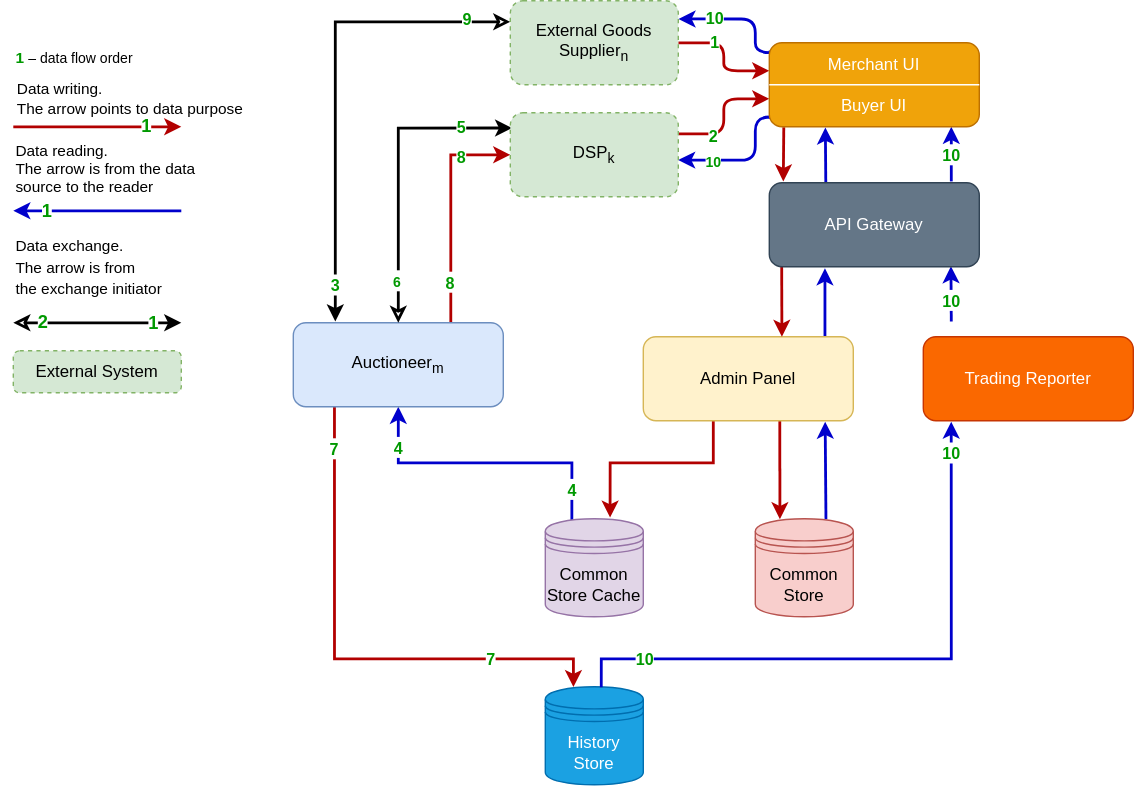
Above: doc/architecture.svg in RTB-Project/Auctioneer (draw.io), before the change. Source tidied: cells renumbered, new cells last; positions are measured from the earlier drawing's top-left corner, leaving out a move shared by most shapes.
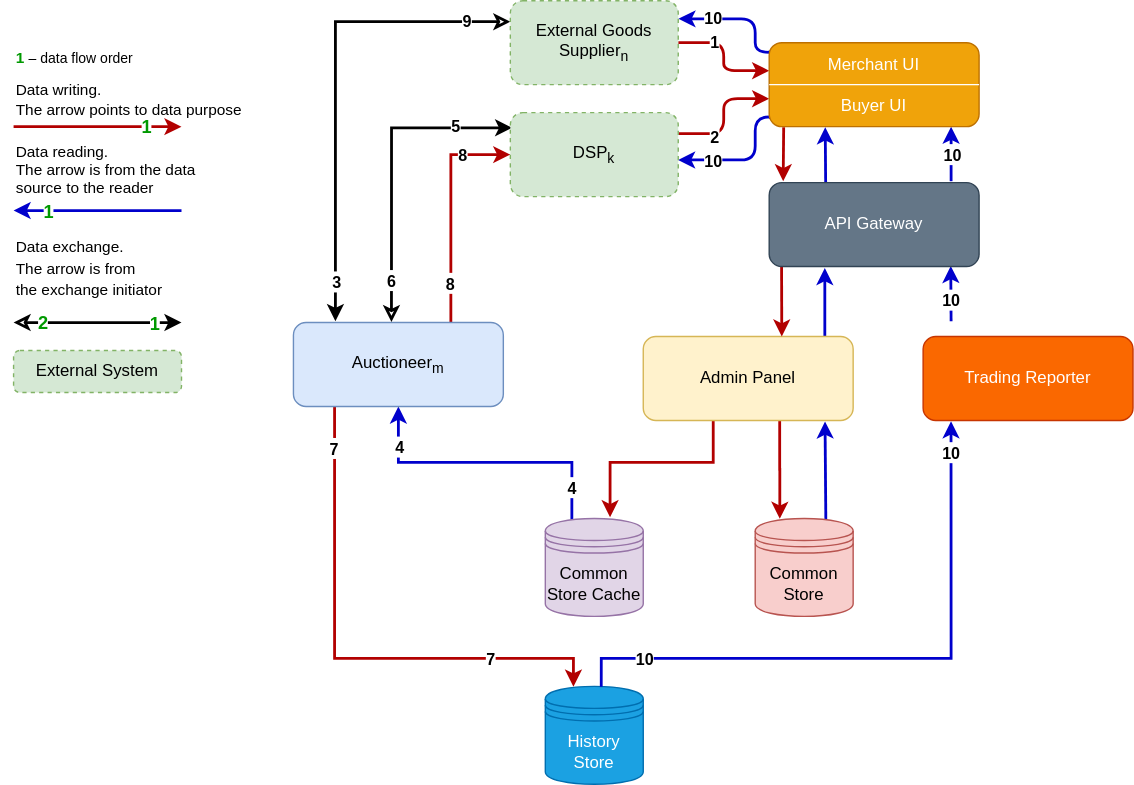
Above is the later version.

Change to the diagram source:
```diff
@@ -10,10 +10,10 @@
         </Array>
       </mxGeometry>
     </mxCell>
-    <mxCell id="3" value="&lt;b&gt;&lt;font style=&quot;font-size: 11.5px&quot;&gt;7&lt;/font&gt;&lt;/b&gt;" style="edgeLabel;html=1;align=center;verticalAlign=middle;fontSize=13;fontColor=#009900;" parent="2" vertex="1">
+    <mxCell id="3" value="&lt;b&gt;&lt;font style=&quot;font-size: 11.5px&quot;&gt;7&lt;/font&gt;&lt;/b&gt;" style="edgeLabel;html=1;align=center;verticalAlign=middle;fontSize=13;" parent="2" vertex="1">
       <mxGeometry x="-0.84" y="-1" relative="1" as="geometry" />
     </mxCell>
-    <mxCell id="4" value="&lt;b&gt;&lt;font style=&quot;font-size: 11.5px&quot;&gt;7&lt;/font&gt;&lt;/b&gt;" style="edgeLabel;html=1;align=center;verticalAlign=middle;fontSize=13;fontColor=#009900;" parent="2" vertex="1">
+    <mxCell id="4" value="&lt;b&gt;&lt;font style=&quot;font-size: 11.5px&quot; color=&quot;#000000&quot;&gt;7&lt;/font&gt;&lt;/b&gt;" style="edgeLabel;html=1;align=center;verticalAlign=middle;fontSize=13;fontColor=#009900;" parent="2" vertex="1">
       <mxGeometry x="0.57" y="-1" relative="1" as="geometry">
         <mxPoint y="-1" as="offset" />
       </mxGeometry>
@@ -21,21 +21,21 @@
     <mxCell id="5" style="edgeStyle=orthogonalEdgeStyle;rounded=0;jettySize=auto;html=1;entryX=0.271;entryY=0.012;entryDx=0;entryDy=0;entryPerimeter=0;startArrow=classic;startFill=1;endArrow=none;endFill=0;strokeWidth=2;fontSize=11;fontColor=#000000;strokeColor=#0000CC;labelBackgroundColor=none;exitX=0.5;exitY=1;exitDx=0;exitDy=0;" parent="1" edge="1" source="14" target="21">
       <mxGeometry relative="1" as="geometry" />
     </mxCell>
-    <mxCell id="6" value="&lt;b&gt;&lt;font style=&quot;font-size: 11.5px&quot;&gt;4&lt;/font&gt;&lt;/b&gt;" style="edgeLabel;html=1;align=center;verticalAlign=middle;fontSize=13;fontColor=#009900;" parent="5" vertex="1">
+    <mxCell id="6" value="&lt;b&gt;&lt;font style=&quot;font-size: 11.5px&quot; color=&quot;#000000&quot;&gt;4&lt;/font&gt;&lt;/b&gt;" style="edgeLabel;html=1;align=center;verticalAlign=middle;fontSize=13;fontColor=#009900;" parent="5" vertex="1">
       <mxGeometry x="0.78" relative="1" as="geometry" />
     </mxCell>
-    <mxCell id="7" value="&lt;b&gt;&lt;font style=&quot;font-size: 11.5px&quot;&gt;4&lt;/font&gt;&lt;/b&gt;" style="edgeLabel;html=1;align=center;verticalAlign=middle;fontSize=13;fontColor=#009900;" parent="5" vertex="1">
+    <mxCell id="7" value="&lt;b&gt;&lt;font style=&quot;font-size: 11.5px&quot; color=&quot;#000000&quot;&gt;4&lt;/font&gt;&lt;/b&gt;" style="edgeLabel;html=1;align=center;verticalAlign=middle;fontSize=13;fontColor=#009900;" parent="5" vertex="1">
       <mxGeometry x="-0.72" relative="1" as="geometry" />
     </mxCell>
     <mxCell id="8" style="edgeStyle=orthogonalEdgeStyle;rounded=0;jettySize=auto;html=1;entryX=0;entryY=0.5;entryDx=0;entryDy=0;startArrow=none;startFill=0;endArrow=classic;endFill=1;strokeWidth=2;fontSize=11;fontColor=#000000;exitX=0.75;exitY=0;exitDx=0;exitDy=0;strokeColor=#B20000;fillColor=#e51400;labelBackgroundColor=none;" parent="1" edge="1" source="14" target="29">
       <mxGeometry relative="1" as="geometry" />
     </mxCell>
-    <mxCell id="9" value="&lt;b&gt;&lt;font style=&quot;font-size: 11.5px&quot;&gt;8&lt;/font&gt;&lt;/b&gt;" style="edgeLabel;html=1;align=center;verticalAlign=middle;fontSize=13;fontColor=#009900;" parent="8" vertex="1">
+    <mxCell id="9" value="&lt;b&gt;&lt;font style=&quot;font-size: 11.5px&quot; color=&quot;#000000&quot;&gt;8&lt;/font&gt;&lt;/b&gt;" style="edgeLabel;html=1;align=center;verticalAlign=middle;fontSize=13;fontColor=#009900;" parent="8" vertex="1">
       <mxGeometry x="0.02" relative="1" as="geometry">
         <mxPoint x="7.5" y="-37.1" as="offset" />
       </mxGeometry>
     </mxCell>
-    <mxCell id="10" value="&lt;b&gt;&lt;font style=&quot;font-size: 11.5px&quot;&gt;8&lt;/font&gt;&lt;/b&gt;" style="edgeLabel;html=1;align=center;verticalAlign=middle;fontSize=13;fontColor=#009900;" parent="8" vertex="1">
+    <mxCell id="10" value="&lt;b&gt;&lt;font style=&quot;font-size: 11.5px&quot; color=&quot;#000000&quot;&gt;8&lt;/font&gt;&lt;/b&gt;" style="edgeLabel;html=1;align=center;verticalAlign=middle;fontSize=13;fontColor=#009900;" parent="8" vertex="1">
       <mxGeometry x="-0.64" y="1" relative="1" as="geometry" />
     </mxCell>
     <mxCell id="11" style="edgeStyle=orthogonalEdgeStyle;rounded=0;jettySize=auto;html=1;startArrow=classic;startFill=1;startSize=6;endArrow=classic;endFill=0;endSize=6;strokeWidth=2;fontSize=13;fontColor=#009900;entryX=0;entryY=0.25;entryDx=0;entryDy=0;" parent="1" edge="1" target="34">
@@ -46,12 +46,12 @@
         </Array>
       </mxGeometry>
     </mxCell>
-    <mxCell id="12" value="&lt;b&gt;&lt;font style=&quot;font-size: 11.5px&quot;&gt;3&lt;/font&gt;&lt;/b&gt;" style="edgeLabel;html=1;align=center;verticalAlign=middle;fontSize=13;fontColor=#009900;" parent="11" vertex="1">
+    <mxCell id="12" value="&lt;b&gt;&lt;font style=&quot;font-size: 11.5px&quot; color=&quot;#000000&quot;&gt;3&lt;/font&gt;&lt;/b&gt;" style="edgeLabel;html=1;align=center;verticalAlign=middle;fontSize=13;fontColor=#009900;" parent="11" vertex="1">
       <mxGeometry x="-0.49" relative="1" as="geometry">
-        <mxPoint y="60" as="offset" />
+        <mxPoint y="57.4" as="offset" />
       </mxGeometry>
     </mxCell>
-    <mxCell id="13" value="&lt;b&gt;&lt;font style=&quot;font-size: 11.5px&quot;&gt;9&lt;/font&gt;&lt;/b&gt;" style="edgeLabel;html=1;align=center;verticalAlign=middle;fontSize=10;fontColor=#009900;" parent="11" vertex="1">
+    <mxCell id="13" value="&lt;b&gt;&lt;font style=&quot;font-size: 11.5px&quot; color=&quot;#000000&quot;&gt;9&lt;/font&gt;&lt;/b&gt;" style="edgeLabel;html=1;align=center;verticalAlign=middle;fontSize=10;fontColor=#009900;" parent="11" vertex="1">
       <mxGeometry x="0.81" y="1" relative="1" as="geometry" />
     </mxCell>
     <mxCell id="14" value="Auctioneer&lt;sub&gt;m&lt;/sub&gt;" style="rounded=1;whiteSpace=wrap;html=1;fillColor=#dae8fc;strokeColor=#6c8ebf;labelBackgroundColor=none;" parent="1" vertex="1">
@@ -86,21 +86,23 @@
     <mxCell id="21" value="Common Store Cache" style="shape=datastore;whiteSpace=wrap;html=1;fillColor=#e1d5e7;strokeColor=#9673a6;labelBackgroundColor=none;" parent="1" vertex="1">
       <mxGeometry x="380" y="370" width="70" height="70" as="geometry" />
     </mxCell>
-    <mxCell id="22" style="edgeStyle=orthogonalEdgeStyle;rounded=0;jettySize=auto;html=1;entryX=0.5;entryY=0;entryDx=0;entryDy=0;startArrow=classic;startFill=1;endArrow=classic;endFill=0;strokeWidth=2;labelBackgroundColor=#ffffff;exitX=0.011;exitY=0.181;exitDx=0;exitDy=0;exitPerimeter=0;startSize=6;endSize=6;fontSize=13;fontColor=#009900;" parent="1" edge="1" source="29" target="14">
+    <mxCell id="22" style="edgeStyle=orthogonalEdgeStyle;rounded=0;jettySize=auto;html=1;entryX=0.467;entryY=-0.005;entryDx=0;entryDy=0;startArrow=classic;startFill=1;endArrow=classic;endFill=0;strokeWidth=2;labelBackgroundColor=#ffffff;exitX=0.011;exitY=0.181;exitDx=0;exitDy=0;exitPerimeter=0;startSize=6;endSize=6;fontSize=13;fontColor=#009900;entryPerimeter=0;" parent="1" edge="1" source="29" target="14">
       <mxGeometry relative="1" as="geometry" />
     </mxCell>
-    <mxCell id="23" value="&lt;b&gt;&lt;font style=&quot;font-size: 11.5px&quot;&gt;5&lt;/font&gt;&lt;/b&gt;" style="edgeLabel;html=1;align=center;verticalAlign=middle;fontSize=13;fontColor=#009900;" parent="22" vertex="1">
+    <mxCell id="23" value="&lt;b&gt;&lt;font style=&quot;font-size: 11.5px&quot; color=&quot;#000000&quot;&gt;5&lt;/font&gt;&lt;/b&gt;" style="edgeLabel;html=1;align=center;verticalAlign=middle;fontSize=13;fontColor=#009900;" parent="22" vertex="1">
       <mxGeometry x="0.25" relative="1" as="geometry">
         <mxPoint x="45" y="-57.3" as="offset" />
       </mxGeometry>
     </mxCell>
-    <mxCell id="24" value="&lt;b&gt;&lt;font style=&quot;font-size: 10px&quot;&gt;6&lt;/font&gt;&lt;/b&gt;" style="edgeLabel;html=1;align=center;verticalAlign=middle;fontSize=13;fontColor=#009900;" parent="22" vertex="1">
-      <mxGeometry x="0.73" y="-1" relative="1" as="geometry" />
+    <mxCell id="24" value="&lt;b&gt;&lt;font style=&quot;font-size: 11.5px&quot; color=&quot;#000000&quot;&gt;6&lt;/font&gt;&lt;/b&gt;" style="edgeLabel;html=1;align=center;verticalAlign=middle;fontSize=13;fontColor=#009900;" parent="22" vertex="1">
+      <mxGeometry x="0.73" y="-1" relative="1" as="geometry">
+        <mxPoint y="0.9" as="offset" />
+      </mxGeometry>
     </mxCell>
     <mxCell id="25" style="rounded=1;jettySize=auto;html=1;endArrow=classic;strokeColor=#B20000;strokeWidth=2;fillColor=#e51400;labelBackgroundColor=none;entryX=0;entryY=0.667;entryDx=0;entryDy=0;entryPerimeter=0;edgeStyle=orthogonalEdgeStyle;exitX=1;exitY=0.25;exitDx=0;exitDy=0;" parent="1" edge="1" source="29" target="55">
       <mxGeometry relative="1" as="geometry" />
     </mxCell>
-    <mxCell id="26" value="&lt;font style=&quot;font-size: 11.5px&quot;&gt;2&lt;/font&gt;" style="edgeLabel;html=1;align=center;verticalAlign=middle;fontColor=#009900;fontStyle=1;fontSize=13;" parent="25" vertex="1">
+    <mxCell id="26" value="&lt;font style=&quot;font-size: 11.5px&quot; color=&quot;#000000&quot;&gt;2&lt;/font&gt;" style="edgeLabel;html=1;align=center;verticalAlign=middle;fontColor=#009900;fontStyle=1;fontSize=13;" parent="25" vertex="1">
       <mxGeometry x="-0.7" y="-1" relative="1" as="geometry">
         <mxPoint x="11.3" as="offset" />
       </mxGeometry>
@@ -114,7 +116,7 @@
         </Array>
       </mxGeometry>
     </mxCell>
-    <mxCell id="28" value="&lt;b&gt;&lt;font style=&quot;font-size: 10px&quot;&gt;10&lt;/font&gt;&lt;/b&gt;" style="edgeLabel;html=1;align=center;verticalAlign=middle;fontSize=13;fontColor=#009900;" parent="27" vertex="1">
+    <mxCell id="28" value="&lt;b&gt;&lt;font style=&quot;font-size: 11.5px&quot; color=&quot;#000000&quot;&gt;10&lt;/font&gt;&lt;/b&gt;" style="edgeLabel;html=1;align=center;verticalAlign=middle;fontSize=13;fontColor=#009900;" parent="27" vertex="1">
       <mxGeometry x="-0.38" relative="1" as="geometry">
         <mxPoint x="-10.9" as="offset" />
       </mxGeometry>
@@ -125,7 +127,7 @@
     <mxCell id="30" style="edgeStyle=orthogonalEdgeStyle;rounded=1;jettySize=auto;html=1;entryX=0;entryY=0.333;entryDx=0;entryDy=0;entryPerimeter=0;endArrow=classic;strokeColor=#B20000;strokeWidth=2;fillColor=#e51400;labelBackgroundColor=none;" parent="1" edge="1" source="34" target="55">
       <mxGeometry relative="1" as="geometry" />
     </mxCell>
-    <mxCell id="31" value="&lt;b&gt;&lt;font style=&quot;font-size: 11.5px&quot;&gt;1&lt;/font&gt;&lt;/b&gt;" style="edgeLabel;html=1;align=center;verticalAlign=middle;fontColor=#009900;" parent="30" vertex="1">
+    <mxCell id="31" value="&lt;b&gt;&lt;font style=&quot;font-size: 11.5px&quot; color=&quot;#000000&quot;&gt;1&lt;/font&gt;&lt;/b&gt;" style="edgeLabel;html=1;align=center;verticalAlign=middle;fontColor=#009900;" parent="30" vertex="1">
       <mxGeometry x="0.25" y="4" relative="1" as="geometry">
         <mxPoint x="-7.9" y="-16" as="offset" />
       </mxGeometry>
@@ -139,7 +141,7 @@
         </Array>
       </mxGeometry>
     </mxCell>
-    <mxCell id="33" value="&lt;b&gt;&lt;font style=&quot;font-size: 11.5px&quot;&gt;10&lt;/font&gt;&lt;/b&gt;" style="edgeLabel;html=1;align=center;verticalAlign=middle;fontSize=13;fontColor=#009900;" parent="32" vertex="1">
+    <mxCell id="33" value="&lt;b&gt;&lt;font style=&quot;font-size: 11.5px&quot; color=&quot;#000000&quot;&gt;10&lt;/font&gt;&lt;/b&gt;" style="edgeLabel;html=1;align=center;verticalAlign=middle;fontSize=13;fontColor=#009900;" parent="32" vertex="1">
       <mxGeometry x="-0.32" y="1" relative="1" as="geometry">
         <mxPoint x="-12.3" as="offset" />
       </mxGeometry>
@@ -213,12 +215,12 @@
         </Array>
       </mxGeometry>
     </mxCell>
-    <mxCell id="49" value="&lt;b&gt;&lt;font style=&quot;font-size: 11.5px&quot;&gt;10&lt;/font&gt;&lt;/b&gt;" style="edgeLabel;html=1;align=center;verticalAlign=middle;fontSize=13;fontColor=#009900;" parent="48" vertex="1">
+    <mxCell id="49" value="&lt;b&gt;&lt;font style=&quot;font-size: 11.5px&quot; color=&quot;#000000&quot;&gt;10&lt;/font&gt;&lt;/b&gt;" style="edgeLabel;html=1;align=center;verticalAlign=middle;fontSize=13;fontColor=#009900;" parent="48" vertex="1">
       <mxGeometry x="0.77" y="-2" relative="1" as="geometry">
         <mxPoint y="2" as="offset" />
       </mxGeometry>
     </mxCell>
-    <mxCell id="50" value="&lt;b&gt;&lt;font style=&quot;font-size: 11.5px&quot;&gt;10&lt;/font&gt;&lt;/b&gt;" style="edgeLabel;html=1;align=center;verticalAlign=middle;fontSize=13;fontColor=#009900;" parent="48" vertex="1">
+    <mxCell id="50" value="&lt;b&gt;&lt;font style=&quot;font-size: 11.5px&quot; color=&quot;#000000&quot;&gt;10&lt;/font&gt;&lt;/b&gt;" style="edgeLabel;html=1;align=center;verticalAlign=middle;fontSize=13;fontColor=#009900;" parent="48" vertex="1">
       <mxGeometry x="-0.9" relative="1" as="geometry" />
     </mxCell>
     <mxCell id="51" value="Trading Reporter" style="rounded=1;whiteSpace=wrap;html=1;fillColor=#fa6800;strokeColor=#C73500;fontColor=#ffffff;labelBackgroundColor=none;" parent="1" vertex="1">
@@ -235,7 +237,7 @@
         <mxPoint x="670" y="129" as="targetPoint" />
       </mxGeometry>
     </mxCell>
-    <mxCell id="54" value="&lt;b&gt;&lt;font style=&quot;font-size: 11.5px&quot;&gt;10&lt;/font&gt;&lt;/b&gt;" style="edgeLabel;html=1;align=center;verticalAlign=middle;fontSize=13;fontColor=#009900;" parent="53" vertex="1">
+    <mxCell id="54" value="&lt;b&gt;&lt;font style=&quot;font-size: 11.5px&quot;&gt;10&lt;/font&gt;&lt;/b&gt;" style="edgeLabel;html=1;align=center;verticalAlign=middle;fontSize=13;" parent="53" vertex="1">
       <mxGeometry x="0.3" relative="1" as="geometry">
         <mxPoint y="-5.3" as="offset" />
       </mxGeometry>
@@ -254,7 +256,7 @@
         <mxPoint x="670" y="229" as="targetPoint" />
       </mxGeometry>
     </mxCell>
-    <mxCell id="59" value="&lt;b&gt;&lt;font style=&quot;font-size: 11.5px&quot;&gt;10&lt;/font&gt;&lt;/b&gt;" style="edgeLabel;html=1;align=center;verticalAlign=middle;fontSize=13;fontColor=#009900;" parent="58" vertex="1">
+    <mxCell id="59" value="&lt;b&gt;&lt;font style=&quot;font-size: 11.5px&quot; color=&quot;#000000&quot;&gt;10&lt;/font&gt;&lt;/b&gt;" style="edgeLabel;html=1;align=center;verticalAlign=middle;fontSize=13;fontColor=#009900;" parent="58" vertex="1">
       <mxGeometry x="0.22" relative="1" as="geometry" />
     </mxCell>
     <mxCell id="60" style="edgeStyle=orthogonalEdgeStyle;rounded=0;jettySize=auto;html=1;startArrow=none;startFill=0;endArrow=classic;endFill=1;strokeWidth=2;fontSize=11;fontColor=#000000;exitX=0.269;exitY=0;exitDx=0;exitDy=0;exitPerimeter=0;strokeColor=#0000CC;labelBackgroundColor=none;entryX=0.267;entryY=1.008;entryDx=0;entryDy=0;entryPerimeter=0;" parent="1" edge="1" source="61" target="55">
```
